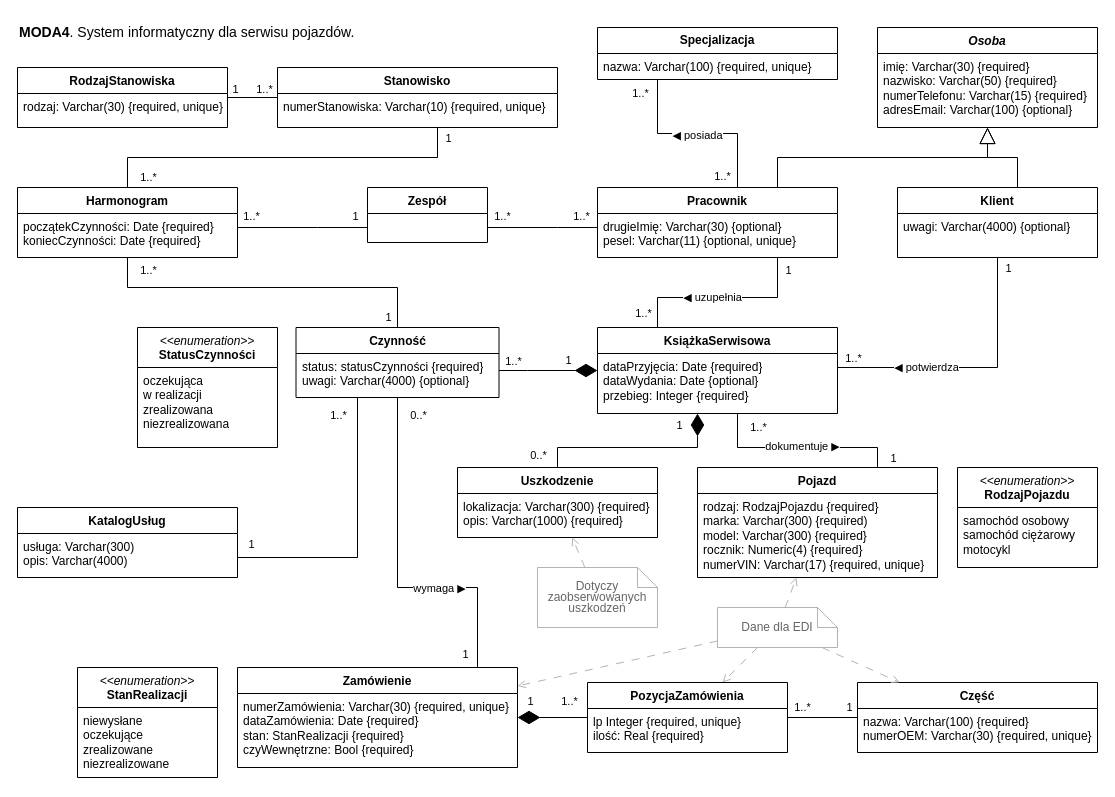
SSwiatlak/IT_SYSTEM_FOR_CAR_WORKSHOPS keeps this draw.io diagram as moda_logiczny/drawio/MODA4_logiczny.drawio. Above is the earlier version. Source tidied: cells renumbered, new cells numbered last; positions are measured from the earlier drawing's top-left corner, leaving out a move shared by most shapes. Both pictures are drawn from the tidied source at 100%, with x=0, y=0 at pixel (17, 17).
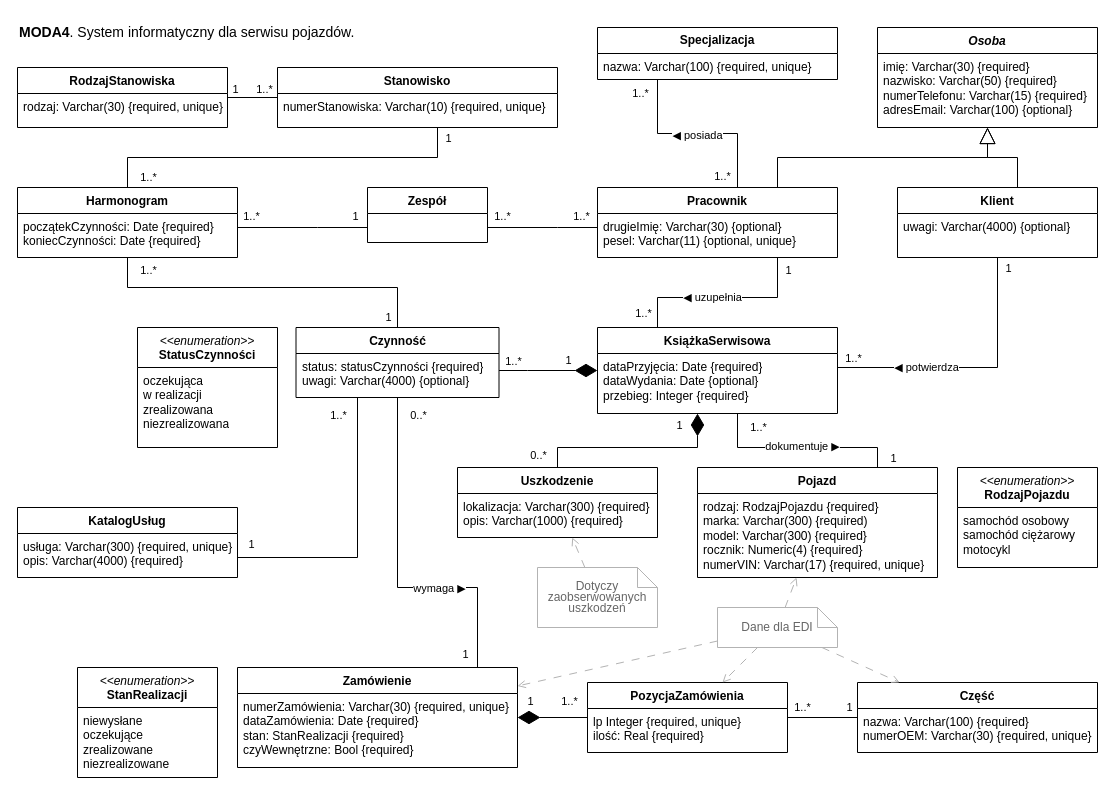
After the change.

Commit message (it also covers changes not shown here):
Model logiczny. KatalogUsług - dodania oznaczeń wymagania

Unchanged cells that the change refers to:
```xml
<mxCell id="11" value="KatalogUsług" style="swimlane;fontStyle=1;align=center;verticalAlign=top;horizontal=1;startSize=26;whiteSpace=wrap;html=1;" parent="1" vertex="1">
  <mxGeometry y="490" width="220" height="70" as="geometry" />
</mxCell>
```

Diff of the diagram source:
```diff
@@
-    <mxCell id="12" value="&lt;span&gt;&lt;/span&gt;&lt;div&gt;&lt;div&gt;usługa: Varchar(300)&lt;/div&gt;&lt;div&gt;opis: Varchar(4000)&lt;/div&gt;&lt;/div&gt;" style="text;strokeColor=none;fillColor=none;align=left;verticalAlign=top;spacingLeft=4;spacingRight=4;overflow=hidden;whiteSpace=wrap;html=1;" parent="11" vertex="1">
+    <mxCell id="12" value="&lt;span&gt;&lt;/span&gt;&lt;div&gt;&lt;div&gt;usługa: Varchar(300)&amp;nbsp;&lt;span style=&quot;background-color: initial;&quot;&gt;{required, unique}&lt;/span&gt;&lt;/div&gt;&lt;div&gt;opis: Varchar(4000)&amp;nbsp;&lt;span style=&quot;background-color: initial;&quot;&gt;{required}&lt;/span&gt;&lt;/div&gt;&lt;/div&gt;" style="text;strokeColor=none;fillColor=none;align=left;verticalAlign=top;spacingLeft=4;spacingRight=4;overflow=hidden;whiteSpace=wrap;html=1;" parent="11" vertex="1">
       <mxGeometry y="26" width="220" height="44" as="geometry" />
     </mxCell>
```
